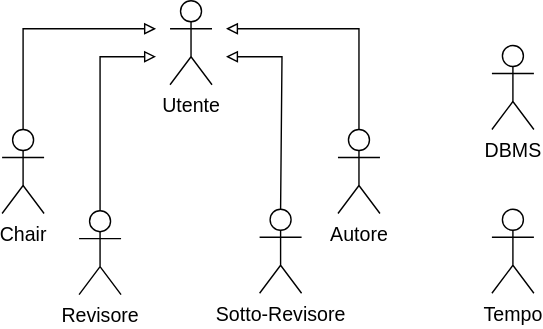
Gabro29/IngegneriaSoftware keeps this draw.io diagram as RAD/images/AttoriCoinvolti.drawio.svg. Above is the earlier version. Source tidied: cells renumbered, new cells last; positions are measured from the earlier drawing's top-left corner, leaving out a move shared by most shapes.
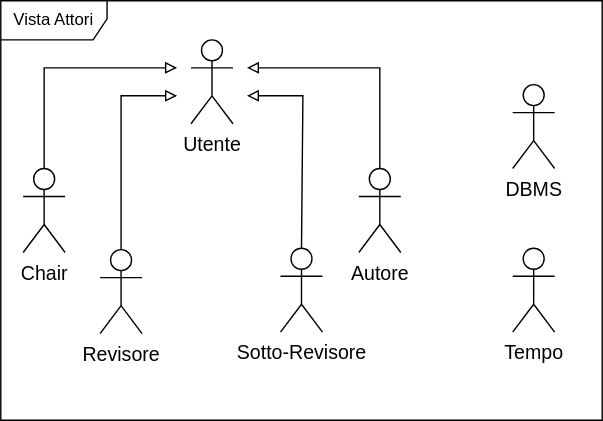
The same diagram one commit later.

Change to the diagram source:
```diff
@@ -56,5 +56,8 @@
         </Array>
       </mxGeometry>
     </mxCell>
+    <mxCell id="13" value="Vista Attori" style="shape=umlFrame;whiteSpace=wrap;html=1;strokeColor=light-dark(#000000,#000000);width=76;height=28;" parent="1" vertex="1">
+      <mxGeometry x="-16" y="-28" width="430" height="300" as="geometry" />
+    </mxCell>
   </root>
 </mxGraphModel>
```
